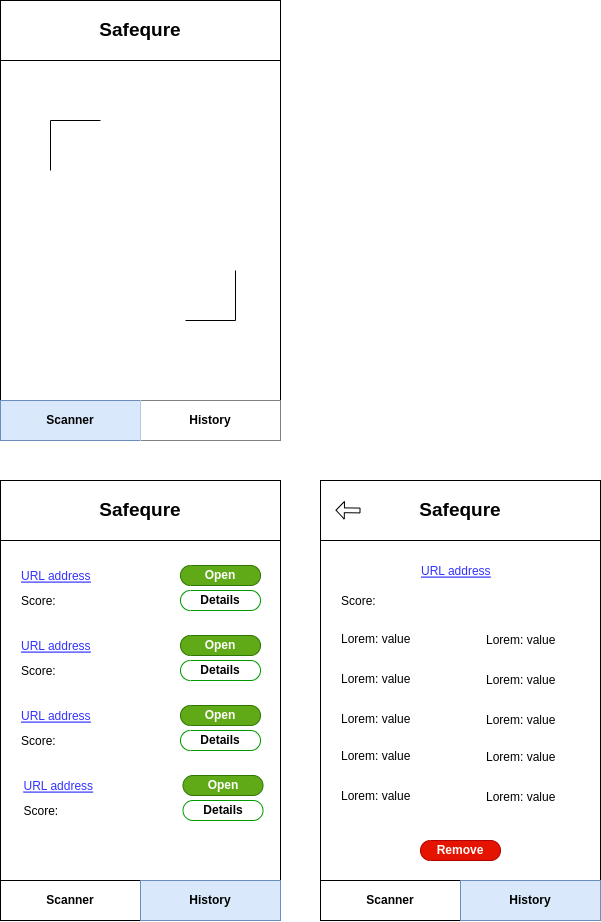
GuibertLo/SafeQure keeps this draw.io diagram as resources/safequre.drawio.png. Above is the earlier version. Source tidied: cells renumbered, new cells last; positions are measured from the earlier drawing's top-left corner, leaving out a move shared by most shapes. The source it was exported from:
```xml
<mxGraphModel>
  <root>
    <mxCell id="0" />
    <mxCell id="1" parent="0" />
    <mxCell id="2" style="rounded=0;whiteSpace=wrap;html=1;" parent="1" vertex="1">
      <mxGeometry width="280" height="440" as="geometry" />
    </mxCell>
    <mxCell id="3" style="rounded=0;whiteSpace=wrap;html=1;" parent="1" vertex="1">
      <mxGeometry y="400" width="280" height="40" as="geometry" />
    </mxCell>
    <mxCell id="4" value="Scanner" style="rounded=0;whiteSpace=wrap;html=1;fillColor=#dae8fc;strokeColor=#6c8ebf;fontStyle=1;" parent="1" vertex="1">
      <mxGeometry y="400" width="140" height="40" as="geometry" />
    </mxCell>
    <mxCell id="5" style="endArrow=none;html=1;rounded=0;" parent="1" edge="1">
      <mxGeometry relative="1" as="geometry">
        <mxPoint x="50" y="170" as="sourcePoint" />
        <mxPoint x="100" y="120" as="targetPoint" />
        <Array as="points">
          <mxPoint x="50" y="120" />
        </Array>
      </mxGeometry>
    </mxCell>
    <mxCell id="6" style="endArrow=none;html=1;rounded=0;" parent="1" edge="1">
      <mxGeometry relative="1" as="geometry">
        <mxPoint x="185" y="320" as="sourcePoint" />
        <mxPoint x="235" y="270" as="targetPoint" />
        <Array as="points">
          <mxPoint x="235" y="320" />
        </Array>
      </mxGeometry>
    </mxCell>
    <mxCell id="7" value="History" style="rounded=0;whiteSpace=wrap;html=1;fontStyle=1;strokeColor=none;" parent="1" vertex="1">
      <mxGeometry x="140" y="400" width="140" height="40" as="geometry" />
    </mxCell>
    <mxCell id="8" value="Safequre" style="rounded=0;whiteSpace=wrap;html=1;strokeColor=default;fillColor=default;fontSize=19;fontStyle=1;" parent="1" vertex="1">
      <mxGeometry width="280" height="60" as="geometry" />
    </mxCell>
    <mxCell id="9" style="rounded=0;whiteSpace=wrap;html=1;" parent="1" vertex="1">
      <mxGeometry y="480" width="280" height="440" as="geometry" />
    </mxCell>
    <mxCell id="10" style="rounded=0;whiteSpace=wrap;html=1;" parent="1" vertex="1">
      <mxGeometry y="880" width="280" height="40" as="geometry" />
    </mxCell>
    <mxCell id="11" value="Scanner" style="rounded=0;whiteSpace=wrap;html=1;fontStyle=1;" parent="1" vertex="1">
      <mxGeometry y="880" width="140" height="40" as="geometry" />
    </mxCell>
    <mxCell id="12" value="History" style="rounded=0;whiteSpace=wrap;html=1;fontStyle=1;strokeColor=#6c8ebf;fillColor=#dae8fc;" parent="1" vertex="1">
      <mxGeometry x="140" y="880" width="140" height="40" as="geometry" />
    </mxCell>
    <mxCell id="13" value="Safequre" style="rounded=0;whiteSpace=wrap;html=1;strokeColor=default;fillColor=default;fontSize=19;fontStyle=1;" parent="1" vertex="1">
      <mxGeometry y="480" width="280" height="60" as="geometry" />
    </mxCell>
    <mxCell id="14" value="URL address" style="text;strokeColor=none;fillColor=none;align=left;verticalAlign=middle;spacingLeft=4;spacingRight=4;overflow=hidden;fontSize=12;fontColor=#3333FF;fontStyle=4;" parent="1" vertex="1">
      <mxGeometry x="15" y="560" width="80" height="30" as="geometry" />
    </mxCell>
    <mxCell id="15" value="Score:" style="text;strokeColor=none;fillColor=none;align=left;verticalAlign=middle;spacingLeft=4;spacingRight=4;overflow=hidden;fontSize=12;" parent="1" vertex="1">
      <mxGeometry x="15" y="585" width="80" height="30" as="geometry" />
    </mxCell>
    <mxCell id="16" value="Open" style="strokeWidth=1;shadow=0;dashed=0;align=center;html=1;shape=mxgraph.mockup.buttons.button;strokeColor=#2D7600;mainText=;buttonStyle=round;fontSize=12;fontStyle=1;fillColor=#60a917;whiteSpace=wrap;fontColor=#ffffff;" parent="1" vertex="1">
      <mxGeometry x="180" y="565" width="80" height="20" as="geometry" />
    </mxCell>
    <mxCell id="17" value="Details" style="strokeWidth=1;shadow=0;dashed=0;align=center;html=1;shape=mxgraph.mockup.buttons.button;mainText=;buttonStyle=round;fontSize=12;fontStyle=1;whiteSpace=wrap;strokeColor=#009900;" parent="1" vertex="1">
      <mxGeometry x="180" y="590" width="80" height="20" as="geometry" />
    </mxCell>
    <mxCell id="18" value="URL address" style="text;strokeColor=none;fillColor=none;align=left;verticalAlign=middle;spacingLeft=4;spacingRight=4;overflow=hidden;fontSize=12;fontColor=#3333FF;fontStyle=4;" parent="1" vertex="1">
      <mxGeometry x="15" y="630" width="80" height="30" as="geometry" />
    </mxCell>
    <mxCell id="19" value="Score:" style="text;strokeColor=none;fillColor=none;align=left;verticalAlign=middle;spacingLeft=4;spacingRight=4;overflow=hidden;fontSize=12;" parent="1" vertex="1">
      <mxGeometry x="15" y="655" width="80" height="30" as="geometry" />
    </mxCell>
    <mxCell id="20" value="Open" style="strokeWidth=1;shadow=0;dashed=0;align=center;html=1;shape=mxgraph.mockup.buttons.button;strokeColor=#2D7600;mainText=;buttonStyle=round;fontSize=12;fontStyle=1;fillColor=#60a917;whiteSpace=wrap;fontColor=#ffffff;" parent="1" vertex="1">
      <mxGeometry x="180" y="635" width="80" height="20" as="geometry" />
    </mxCell>
    <mxCell id="21" value="Details" style="strokeWidth=1;shadow=0;dashed=0;align=center;html=1;shape=mxgraph.mockup.buttons.button;mainText=;buttonStyle=round;fontSize=12;fontStyle=1;whiteSpace=wrap;strokeColor=#009900;" parent="1" vertex="1">
      <mxGeometry x="180" y="660" width="80" height="20" as="geometry" />
    </mxCell>
    <mxCell id="22" value="URL address" style="text;strokeColor=none;fillColor=none;align=left;verticalAlign=middle;spacingLeft=4;spacingRight=4;overflow=hidden;fontSize=12;fontColor=#3333FF;fontStyle=4;" parent="1" vertex="1">
      <mxGeometry x="15" y="700" width="80" height="30" as="geometry" />
    </mxCell>
    <mxCell id="23" value="Score:" style="text;strokeColor=none;fillColor=none;align=left;verticalAlign=middle;spacingLeft=4;spacingRight=4;overflow=hidden;fontSize=12;" parent="1" vertex="1">
      <mxGeometry x="15" y="725" width="80" height="30" as="geometry" />
    </mxCell>
    <mxCell id="24" value="Open" style="strokeWidth=1;shadow=0;dashed=0;align=center;html=1;shape=mxgraph.mockup.buttons.button;strokeColor=#2D7600;mainText=;buttonStyle=round;fontSize=12;fontStyle=1;fillColor=#60a917;whiteSpace=wrap;fontColor=#ffffff;" parent="1" vertex="1">
      <mxGeometry x="180" y="705" width="80" height="20" as="geometry" />
    </mxCell>
    <mxCell id="25" value="Details" style="strokeWidth=1;shadow=0;dashed=0;align=center;html=1;shape=mxgraph.mockup.buttons.button;mainText=;buttonStyle=round;fontSize=12;fontStyle=1;whiteSpace=wrap;strokeColor=#009900;" parent="1" vertex="1">
      <mxGeometry x="180" y="730" width="80" height="20" as="geometry" />
    </mxCell>
    <mxCell id="26" value="URL address" style="text;strokeColor=none;fillColor=none;align=left;verticalAlign=middle;spacingLeft=4;spacingRight=4;overflow=hidden;fontSize=12;fontColor=#3333FF;fontStyle=4;" parent="1" vertex="1">
      <mxGeometry x="17.5" y="770" width="80" height="30" as="geometry" />
    </mxCell>
    <mxCell id="27" value="Score:" style="text;strokeColor=none;fillColor=none;align=left;verticalAlign=middle;spacingLeft=4;spacingRight=4;overflow=hidden;fontSize=12;" parent="1" vertex="1">
      <mxGeometry x="17.5" y="795" width="80" height="30" as="geometry" />
    </mxCell>
    <mxCell id="28" value="Open" style="strokeWidth=1;shadow=0;dashed=0;align=center;html=1;shape=mxgraph.mockup.buttons.button;strokeColor=#2D7600;mainText=;buttonStyle=round;fontSize=12;fontStyle=1;fillColor=#60a917;whiteSpace=wrap;fontColor=#ffffff;" parent="1" vertex="1">
      <mxGeometry x="182.5" y="775" width="80" height="20" as="geometry" />
    </mxCell>
    <mxCell id="29" value="Details" style="strokeWidth=1;shadow=0;dashed=0;align=center;html=1;shape=mxgraph.mockup.buttons.button;mainText=;buttonStyle=round;fontSize=12;fontStyle=1;whiteSpace=wrap;strokeColor=#009900;" parent="1" vertex="1">
      <mxGeometry x="182.5" y="800" width="80" height="20" as="geometry" />
    </mxCell>
    <mxCell id="30" style="rounded=0;whiteSpace=wrap;html=1;" parent="1" vertex="1">
      <mxGeometry x="320" y="480" width="280" height="440" as="geometry" />
    </mxCell>
    <mxCell id="31" style="rounded=0;whiteSpace=wrap;html=1;" parent="1" vertex="1">
      <mxGeometry x="320" y="880" width="280" height="40" as="geometry" />
    </mxCell>
    <mxCell id="32" value="Scanner" style="rounded=0;whiteSpace=wrap;html=1;fontStyle=1;" parent="1" vertex="1">
      <mxGeometry x="320" y="880" width="140" height="40" as="geometry" />
    </mxCell>
    <mxCell id="33" value="History" style="rounded=0;whiteSpace=wrap;html=1;fontStyle=1;strokeColor=#6c8ebf;fillColor=#dae8fc;" parent="1" vertex="1">
      <mxGeometry x="460" y="880" width="140" height="40" as="geometry" />
    </mxCell>
    <mxCell id="34" value="Safequre" style="rounded=0;whiteSpace=wrap;html=1;strokeColor=default;fillColor=default;fontSize=19;fontStyle=1;" parent="1" vertex="1">
      <mxGeometry x="320" y="480" width="280" height="60" as="geometry" />
    </mxCell>
    <mxCell id="35" value="URL address" style="text;strokeColor=none;fillColor=none;align=left;verticalAlign=middle;spacingLeft=4;spacingRight=4;overflow=hidden;fontSize=12;fontColor=#3333FF;fontStyle=4;" parent="1" vertex="1">
      <mxGeometry x="415" y="555" width="80" height="30" as="geometry" />
    </mxCell>
    <mxCell id="36" value="Score:" style="text;strokeColor=none;fillColor=none;align=left;verticalAlign=middle;spacingLeft=4;spacingRight=4;overflow=hidden;fontSize=12;" parent="1" vertex="1">
      <mxGeometry x="335" y="585" width="80" height="30" as="geometry" />
    </mxCell>
    <mxCell id="37" value="Remove" style="strokeWidth=1;shadow=0;dashed=0;align=center;html=1;shape=mxgraph.mockup.buttons.button;strokeColor=#B20000;mainText=;buttonStyle=round;fontSize=12;fontStyle=1;fillColor=#e51400;whiteSpace=wrap;fontColor=#ffffff;" parent="1" vertex="1">
      <mxGeometry x="420" y="840" width="80" height="20" as="geometry" />
    </mxCell>
    <mxCell id="38" value="Lorem: value" style="text;strokeColor=none;fillColor=none;align=left;verticalAlign=middle;spacingLeft=4;spacingRight=4;overflow=hidden;fontSize=12;" parent="1" vertex="1">
      <mxGeometry x="335" y="622.5" width="80" height="30" as="geometry" />
    </mxCell>
    <mxCell id="39" value="Lorem: value" style="text;strokeColor=none;fillColor=none;align=left;verticalAlign=middle;spacingLeft=4;spacingRight=4;overflow=hidden;fontSize=12;" parent="1" vertex="1">
      <mxGeometry x="335" y="662.5" width="80" height="30" as="geometry" />
    </mxCell>
    <mxCell id="40" value="Lorem: value" style="text;strokeColor=none;fillColor=none;align=left;verticalAlign=middle;spacingLeft=4;spacingRight=4;overflow=hidden;fontSize=12;" parent="1" vertex="1">
      <mxGeometry x="335" y="702.5" width="80" height="30" as="geometry" />
    </mxCell>
    <mxCell id="41" value="Lorem: value" style="text;strokeColor=none;fillColor=none;align=left;verticalAlign=middle;spacingLeft=4;spacingRight=4;overflow=hidden;fontSize=12;" parent="1" vertex="1">
      <mxGeometry x="335" y="740" width="80" height="30" as="geometry" />
    </mxCell>
    <mxCell id="42" value="Lorem: value" style="text;strokeColor=none;fillColor=none;align=left;verticalAlign=middle;spacingLeft=4;spacingRight=4;overflow=hidden;fontSize=12;" parent="1" vertex="1">
      <mxGeometry x="335" y="780" width="80" height="30" as="geometry" />
    </mxCell>
    <mxCell id="43" value="Lorem: value" style="text;strokeColor=none;fillColor=none;align=left;verticalAlign=middle;spacingLeft=4;spacingRight=4;overflow=hidden;fontSize=12;" parent="1" vertex="1">
      <mxGeometry x="480" y="623.8" width="80" height="30" as="geometry" />
    </mxCell>
    <mxCell id="44" value="Lorem: value" style="text;strokeColor=none;fillColor=none;align=left;verticalAlign=middle;spacingLeft=4;spacingRight=4;overflow=hidden;fontSize=12;" parent="1" vertex="1">
      <mxGeometry x="480" y="663.8" width="80" height="30" as="geometry" />
    </mxCell>
    <mxCell id="45" value="Lorem: value" style="text;strokeColor=none;fillColor=none;align=left;verticalAlign=middle;spacingLeft=4;spacingRight=4;overflow=hidden;fontSize=12;" parent="1" vertex="1">
      <mxGeometry x="480" y="703.8" width="80" height="30" as="geometry" />
    </mxCell>
    <mxCell id="46" value="Lorem: value" style="text;strokeColor=none;fillColor=none;align=left;verticalAlign=middle;spacingLeft=4;spacingRight=4;overflow=hidden;fontSize=12;" parent="1" vertex="1">
      <mxGeometry x="480" y="741.2" width="80" height="30" as="geometry" />
    </mxCell>
    <mxCell id="47" value="Lorem: value" style="text;strokeColor=none;fillColor=none;align=left;verticalAlign=middle;spacingLeft=4;spacingRight=4;overflow=hidden;fontSize=12;" parent="1" vertex="1">
      <mxGeometry x="480" y="781.2" width="80" height="30" as="geometry" />
    </mxCell>
    <mxCell id="48" style="shape=flexArrow;endArrow=classic;html=1;rounded=0;fontSize=12;fontColor=#3333FF;width=4.827586206896552;endSize=2.462068965517241;endWidth=11.843043995243757;" parent="1" edge="1">
      <mxGeometry relative="1" as="geometry">
        <mxPoint x="360" y="510" as="sourcePoint" />
        <mxPoint x="335" y="509.7" as="targetPoint" />
      </mxGeometry>
    </mxCell>
  </root>
</mxGraphModel>
```
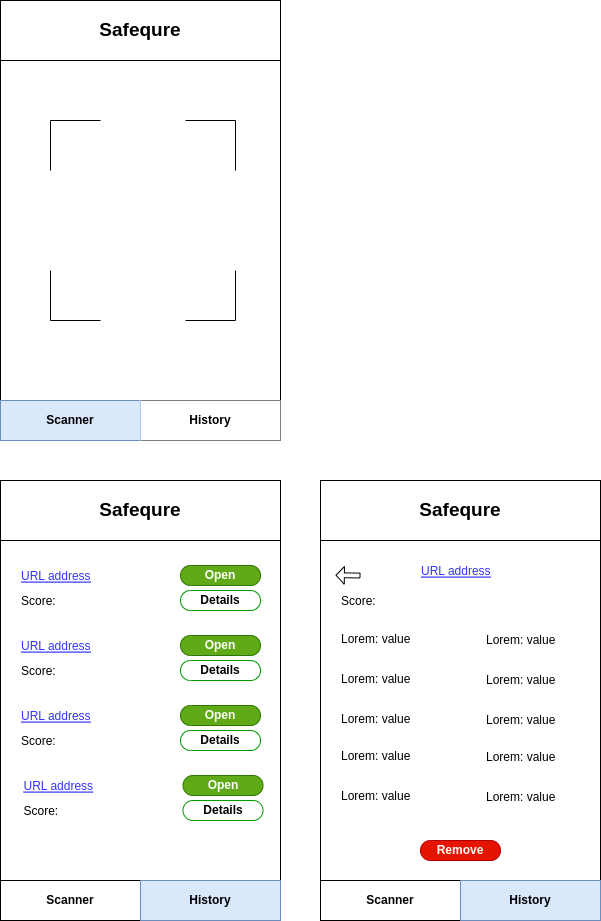
Later version of the same file.

The edit, as a diff of the source:
```diff
@@ -154,9 +154,27 @@
     </mxCell>
     <mxCell id="48" style="shape=flexArrow;endArrow=classic;html=1;rounded=0;fontSize=12;fontColor=#3333FF;width=4.827586206896552;endSize=2.462068965517241;endWidth=11.843043995243757;" parent="1" edge="1">
       <mxGeometry relative="1" as="geometry">
-        <mxPoint x="360" y="510" as="sourcePoint" />
-        <mxPoint x="335" y="509.7" as="targetPoint" />
+        <mxPoint x="360" y="575" as="sourcePoint" />
+        <mxPoint x="335" y="574.7" as="targetPoint" />
       </mxGeometry>
     </mxCell>
+    <mxCell id="49" style="endArrow=none;html=1;rounded=0;" parent="1" edge="1">
+      <mxGeometry relative="1" as="geometry">
+        <mxPoint x="235" y="170" as="sourcePoint" />
+        <mxPoint x="185" y="120" as="targetPoint" />
+        <Array as="points">
+          <mxPoint x="235" y="120" />
+        </Array>
+      </mxGeometry>
+    </mxCell>
+    <mxCell id="50" style="endArrow=none;html=1;rounded=0;" parent="1" edge="1">
+      <mxGeometry relative="1" as="geometry">
+        <mxPoint x="50" y="270" as="sourcePoint" />
+        <mxPoint x="100" y="320" as="targetPoint" />
+        <Array as="points">
+          <mxPoint x="50" y="320" />
+        </Array>
+      </mxGeometry>
+    </mxCell>
   </root>
 </mxGraphModel>
```
